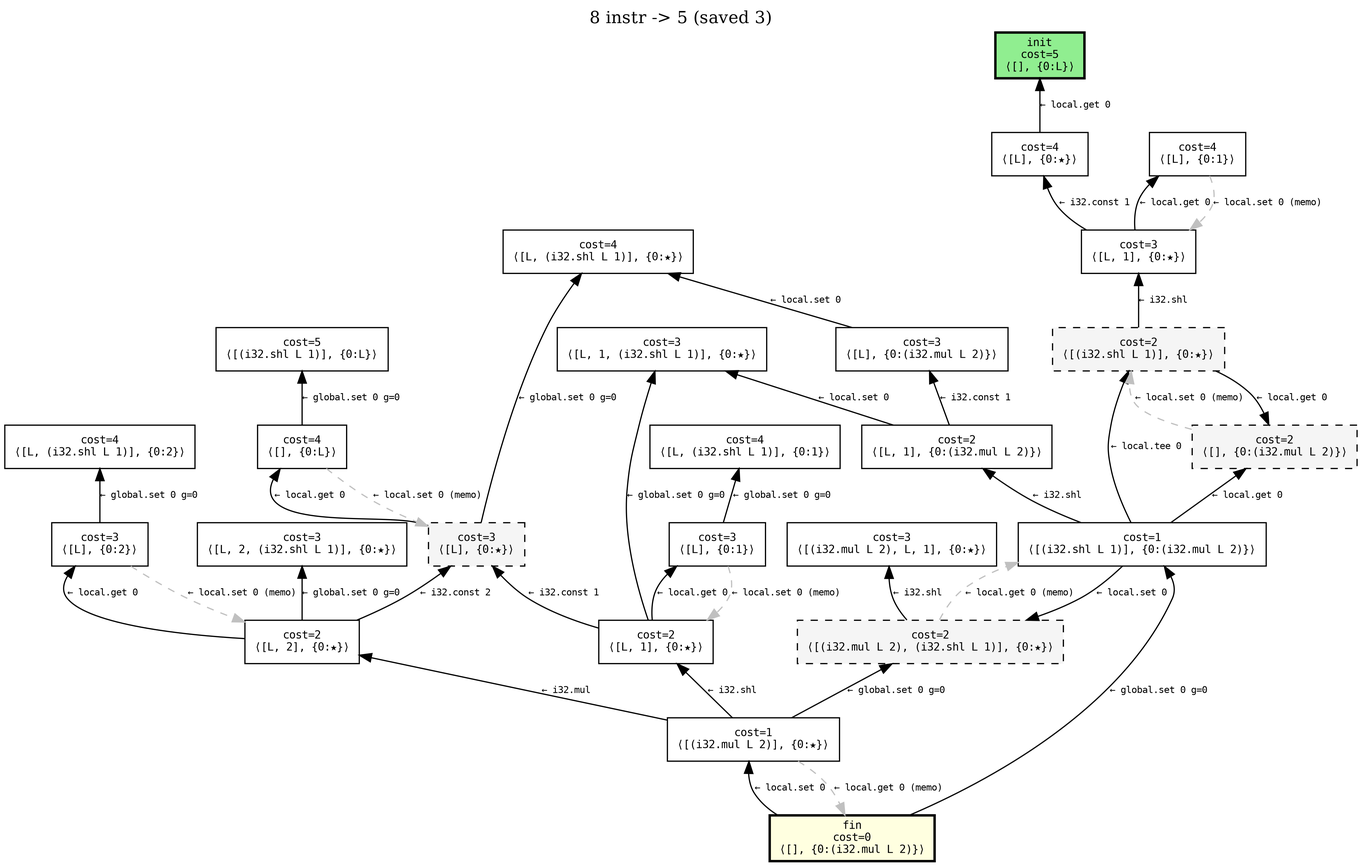
Earlier version of the Graphviz export examples/example-simple.png (tamaroning/wasm-superopt). Its source is kept beside it as examples/example-simple.dot.
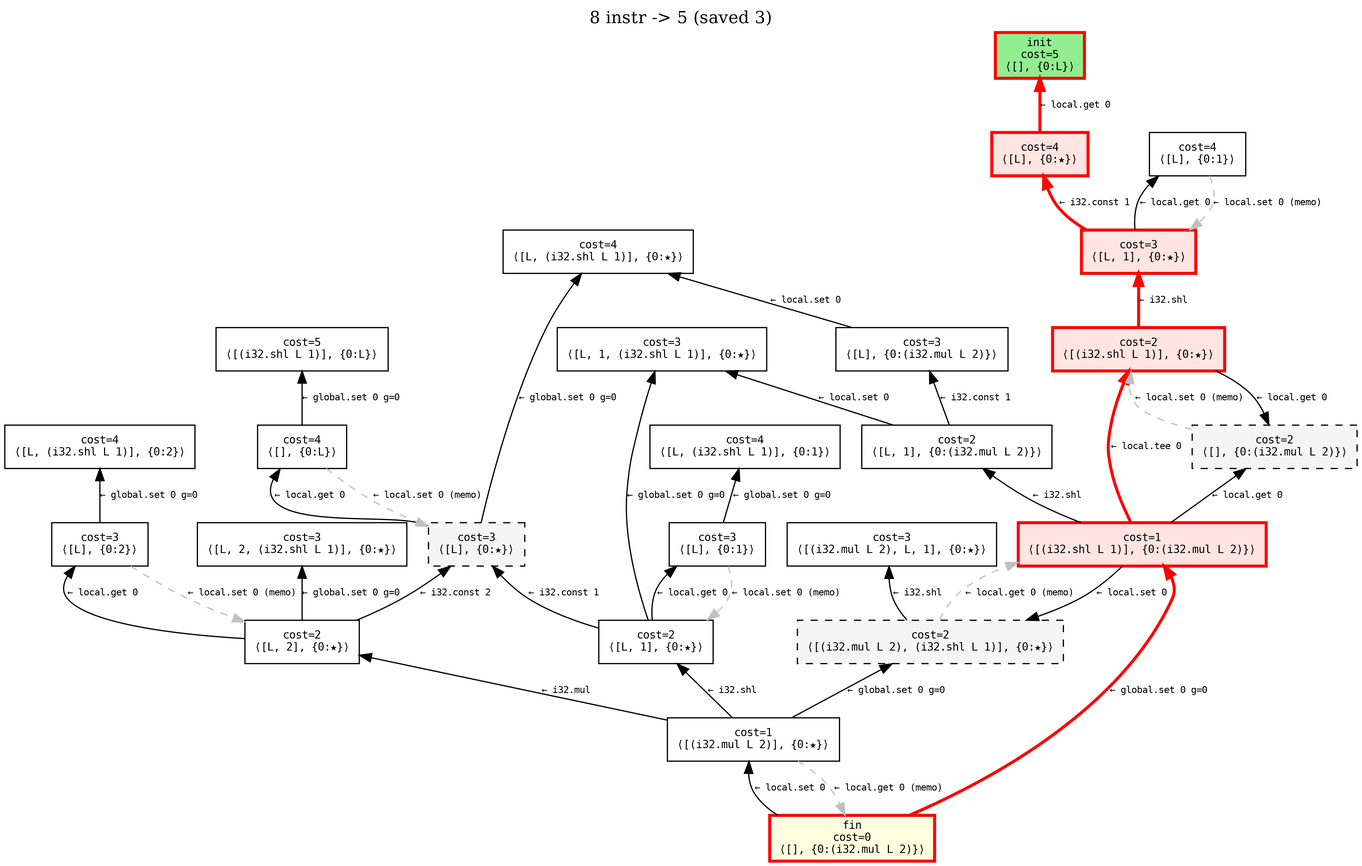
Above is the later version.

Diff of the diagram source:
```diff
@@ -4,19 +4,19 @@
   graph [dpi=300];
   node [shape=box, fontname="Courier", fontsize=9];
   edge [fontname="Courier", fontsize=8];
-  n0 [label="fin\ncost=0\n⟨[], {0:(i32.mul L 2)}⟩", style="filled,bold", fillcolor="lightyellow"];
+  n0 [label="fin\ncost=0\n⟨[], {0:(i32.mul L 2)}⟩", style="filled,bold", fillcolor="lightyellow", color=red, penwidth=2.5];
   n1 [label="cost=1\n⟨[(i32.mul L 2)], {0:★}⟩", style="filled", fillcolor="white"];
-  n2 [label="cost=1\n⟨[(i32.shl L 1)], {0:(i32.mul L 2)}⟩", style="filled", fillcolor="white"];
+  n2 [label="cost=1\n⟨[(i32.shl L 1)], {0:(i32.mul L 2)}⟩", style="filled,bold", fillcolor="mistyrose", color=red, penwidth=2.5];
   n3 [label="cost=2\n⟨[L, 2], {0:★}⟩", style="filled", fillcolor="white"];
   n4 [label="cost=2\n⟨[L, 1], {0:★}⟩", style="filled", fillcolor="white"];
   n5 [label="cost=2\n⟨[(i32.mul L 2), (i32.shl L 1)], {0:★}⟩", style="filled,dashed", fillcolor="whitesmoke"];
-  n6 [label="cost=2\n⟨[(i32.shl L 1)], {0:★}⟩", style="filled,dashed", fillcolor="whitesmoke"];
+  n6 [label="cost=2\n⟨[(i32.shl L 1)], {0:★}⟩", style="filled,bold", fillcolor="mistyrose", color=red, penwidth=2.5];
   n7 [label="cost=2\n⟨[L, 1], {0:(i32.mul L 2)}⟩", style="filled", fillcolor="white"];
   n8 [label="cost=2\n⟨[], {0:(i32.mul L 2)}⟩", style="filled,dashed", fillcolor="whitesmoke"];
   n9 [label="cost=3\n⟨[L], {0:★}⟩", style="filled,dashed", fillcolor="whitesmoke"];
   n10 [label="cost=3\n⟨[L], {0:1}⟩", style="filled", fillcolor="white"];
   n11 [label="cost=3\n⟨[L, 1, (i32.shl L 1)], {0:★}⟩", style="filled", fillcolor="white"];
-  n12 [label="cost=3\n⟨[L, 1], {0:★}⟩", style="filled", fillcolor="white"];
+  n12 [label="cost=3\n⟨[L, 1], {0:★}⟩", style="filled,bold", fillcolor="mistyrose", color=red, penwidth=2.5];
   n13 [label="cost=3\n⟨[L], {0:2}⟩", style="filled", fillcolor="white"];
   n14 [label="cost=3\n⟨[L, 2, (i32.shl L 1)], {0:★}⟩", style="filled", fillcolor="white"];
   n15 [label="cost=4\n⟨[L, (i32.shl L 1)], {0:2}⟩", style="filled", fillcolor="white"];
@@ -26,23 +26,23 @@
   n19 [label="cost=5\n⟨[(i32.shl L 1)], {0:L}⟩", style="filled", fillcolor="white"];
   n20 [label="cost=3\n⟨[L], {0:(i32.mul L 2)}⟩", style="filled", fillcolor="white"];
   n21 [label="cost=3\n⟨[(i32.mul L 2), L, 1], {0:★}⟩", style="filled", fillcolor="white"];
-  n22 [label="cost=4\n⟨[L], {0:★}⟩", style="filled", fillcolor="white"];
+  n22 [label="cost=4\n⟨[L], {0:★}⟩", style="filled,bold", fillcolor="mistyrose", color=red, penwidth=2.5];
   n23 [label="cost=4\n⟨[L], {0:1}⟩", style="filled", fillcolor="white"];
-  n24 [label="init\ncost=5\n⟨[], {0:L}⟩", style="filled,bold", fillcolor="lightgreen"];
+  n24 [label="init\ncost=5\n⟨[], {0:L}⟩", style="filled,bold", fillcolor="lightgreen", color=red, penwidth=2.5];
   n0 -> n1 [label="← local.set 0"];
-  n0 -> n2 [label="← global.set 0 g=0"];
+  n0 -> n2 [color=red, penwidth=2.5, label="← global.set 0 g=0"];
   n1 -> n3 [label="← i32.mul"];
   n1 -> n4 [label="← i32.shl"];
   n1 -> n0 [style=dashed, color=gray, label="← local.get 0 (memo)"];
   n1 -> n5 [label="← global.set 0 g=0"];
   n2 -> n5 [label="← local.set 0"];
-  n2 -> n6 [label="← local.tee 0"];
+  n2 -> n6 [color=red, penwidth=2.5, label="← local.tee 0"];
   n2 -> n7 [label="← i32.shl"];
   n2 -> n8 [label="← local.get 0"];
   n4 -> n9 [label="← i32.const 1"];
   n4 -> n10 [label="← local.get 0"];
   n4 -> n11 [label="← global.set 0 g=0"];
-  n6 -> n12 [label="← i32.shl"];
+  n6 -> n12 [color=red, penwidth=2.5, label="← i32.shl"];
   n6 -> n8 [label="← local.get 0"];
   n8 -> n6 [style=dashed, color=gray, label="← local.set 0 (memo)"];
   n3 -> n9 [label="← i32.const 2"];
@@ -60,10 +60,9 @@
   n7 -> n20 [label="← i32.const 1"];
   n5 -> n21 [label="← i32.shl"];
   n5 -> n2 [style=dashed, color=gray, label="← local.get 0 (memo)"];
-  n12 -> n22 [label="← i32.const 1"];
+  n12 -> n22 [color=red, penwidth=2.5, label="← i32.const 1"];
   n12 -> n23 [label="← local.get 0"];
   n20 -> n18 [label="← local.set 0"];
-  n22 -> n24 [label="← local.get 0"];
+  n22 -> n24 [color=red, penwidth=2.5, label="← local.get 0"];
   n23 -> n12 [style=dashed, color=gray, label="← local.set 0 (memo)"];
-  n24 [penwidth=2];
 }
```
